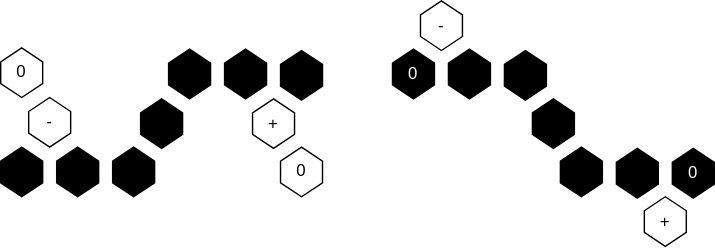
The draw.io diagram images/slashes.svg in carlhenrikrolf/microtonOS, before a commit. Source tidied: cells renumbered, new cells last; positions are measured from the earlier drawing's top-left corner, leaving out a move shared by most shapes. Source of this version:
```xml
<mxGraphModel>
  <root>
    <mxCell id="0" />
    <mxCell id="1" parent="0" />
    <mxCell id="2" style="shape=hexagon;perimeter=hexagonPerimeter2;whiteSpace=wrap;html=1;fixedSize=1;direction=south;size=10;fillColor=#000000;" parent="1" vertex="1">
      <mxGeometry x="40" y="104.5" width="30" height="35.5" as="geometry" />
    </mxCell>
    <mxCell id="3" style="shape=hexagon;perimeter=hexagonPerimeter2;whiteSpace=wrap;html=1;fixedSize=1;direction=south;size=10;fillColor=#000000;" parent="1" vertex="1">
      <mxGeometry x="80" y="104.5" width="30" height="35.5" as="geometry" />
    </mxCell>
    <mxCell id="4" style="shape=hexagon;perimeter=hexagonPerimeter2;whiteSpace=wrap;html=1;fixedSize=1;direction=south;size=10;fillColor=#000000;" parent="1" vertex="1">
      <mxGeometry x="100" y="70" width="30" height="35.5" as="geometry" />
    </mxCell>
    <mxCell id="5" style="shape=hexagon;perimeter=hexagonPerimeter2;whiteSpace=wrap;html=1;fixedSize=1;direction=south;size=10;fillColor=#000000;" parent="1" vertex="1">
      <mxGeometry x="120" y="34.5" width="30" height="35.5" as="geometry" />
    </mxCell>
    <mxCell id="6" style="shape=hexagon;perimeter=hexagonPerimeter2;whiteSpace=wrap;html=1;fixedSize=1;direction=south;size=10;fillColor=#000000;" parent="1" vertex="1">
      <mxGeometry x="160" y="34.5" width="30" height="35.5" as="geometry" />
    </mxCell>
    <mxCell id="7" value="&lt;font color=&quot;#ffffff&quot;&gt;0&lt;/font&gt;" style="shape=hexagon;perimeter=hexagonPerimeter2;whiteSpace=wrap;html=1;fixedSize=1;direction=south;size=10;fillColor=#000000;" parent="1" vertex="1">
      <mxGeometry x="280" y="34.5" width="30" height="35.5" as="geometry" />
    </mxCell>
    <mxCell id="8" style="shape=hexagon;perimeter=hexagonPerimeter2;whiteSpace=wrap;html=1;fixedSize=1;direction=south;size=10;fillColor=#000000;" parent="1" vertex="1">
      <mxGeometry x="360" y="35.5" width="30" height="35.5" as="geometry" />
    </mxCell>
    <mxCell id="9" style="shape=hexagon;perimeter=hexagonPerimeter2;whiteSpace=wrap;html=1;fixedSize=1;direction=south;size=10;fillColor=#000000;" parent="1" vertex="1">
      <mxGeometry x="380" y="70" width="30" height="35.5" as="geometry" />
    </mxCell>
    <mxCell id="10" style="shape=hexagon;perimeter=hexagonPerimeter2;whiteSpace=wrap;html=1;fixedSize=1;direction=south;size=10;fillColor=#000000;" parent="1" vertex="1">
      <mxGeometry x="400" y="104.5" width="30" height="35.5" as="geometry" />
    </mxCell>
    <mxCell id="11" value="&lt;font color=&quot;#ffffff&quot;&gt;0&lt;/font&gt;" style="shape=hexagon;perimeter=hexagonPerimeter2;whiteSpace=wrap;html=1;fixedSize=1;direction=south;size=10;fillColor=#000000;" parent="1" vertex="1">
      <mxGeometry x="480" y="105.5" width="30" height="35.5" as="geometry" />
    </mxCell>
    <mxCell id="12" value="-" style="shape=hexagon;perimeter=hexagonPerimeter2;whiteSpace=wrap;html=1;fixedSize=1;direction=south;size=10;fillColor=#FFFFFF;" parent="1" vertex="1">
      <mxGeometry x="20" y="69.1" width="30" height="35.5" as="geometry" />
    </mxCell>
    <mxCell id="13" value="0" style="shape=hexagon;perimeter=hexagonPerimeter2;whiteSpace=wrap;html=1;fixedSize=1;direction=south;size=10;fillColor=#FFFFFF;" parent="1" vertex="1">
      <mxGeometry x="200" y="104.5" width="30" height="35.5" as="geometry" />
    </mxCell>
    <mxCell id="14" value="+" style="shape=hexagon;perimeter=hexagonPerimeter2;whiteSpace=wrap;html=1;fixedSize=1;direction=south;size=10;fillColor=#FFFFFF;" parent="1" vertex="1">
      <mxGeometry x="180" y="70" width="30" height="35.5" as="geometry" />
    </mxCell>
    <mxCell id="15" value="0" style="shape=hexagon;perimeter=hexagonPerimeter2;whiteSpace=wrap;html=1;fixedSize=1;direction=south;size=10;fillColor=#FFFFFF;" parent="1" vertex="1">
      <mxGeometry y="33.6" width="30" height="35.5" as="geometry" />
    </mxCell>
    <mxCell id="16" value="+" style="shape=hexagon;perimeter=hexagonPerimeter2;whiteSpace=wrap;html=1;fixedSize=1;direction=south;size=10;fillColor=#FFFFFF;" parent="1" vertex="1">
      <mxGeometry x="460" y="140" width="30" height="35.5" as="geometry" />
    </mxCell>
    <mxCell id="17" value="-" style="shape=hexagon;perimeter=hexagonPerimeter2;whiteSpace=wrap;html=1;fixedSize=1;direction=south;size=10;fillColor=#FFFFFF;" parent="1" vertex="1">
      <mxGeometry x="300" width="30" height="35.5" as="geometry" />
    </mxCell>
    <mxCell id="18" style="shape=hexagon;perimeter=hexagonPerimeter2;whiteSpace=wrap;html=1;fixedSize=1;direction=south;size=10;fillColor=#000000;" parent="1" vertex="1">
      <mxGeometry x="200" y="35.5" width="30" height="35.5" as="geometry" />
    </mxCell>
    <mxCell id="19" style="shape=hexagon;perimeter=hexagonPerimeter2;whiteSpace=wrap;html=1;fixedSize=1;direction=south;size=10;fillColor=#000000;" parent="1" vertex="1">
      <mxGeometry y="104.5" width="30" height="35.5" as="geometry" />
    </mxCell>
    <mxCell id="20" style="shape=hexagon;perimeter=hexagonPerimeter2;whiteSpace=wrap;html=1;fixedSize=1;direction=south;size=10;fillColor=#000000;" parent="1" vertex="1">
      <mxGeometry x="440" y="105.5" width="30" height="35.5" as="geometry" />
    </mxCell>
    <mxCell id="21" style="shape=hexagon;perimeter=hexagonPerimeter2;whiteSpace=wrap;html=1;fixedSize=1;direction=south;size=10;fillColor=#000000;" parent="1" vertex="1">
      <mxGeometry x="320" y="34.5" width="30" height="35.5" as="geometry" />
    </mxCell>
  </root>
</mxGraphModel>
```
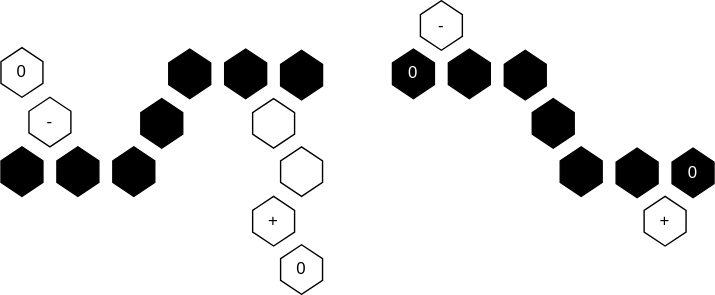
The same diagram one commit later.

What changed in the source:
```diff
@@ -35,10 +35,10 @@
     <mxCell id="12" value="-" style="shape=hexagon;perimeter=hexagonPerimeter2;whiteSpace=wrap;html=1;fixedSize=1;direction=south;size=10;fillColor=#FFFFFF;" parent="1" vertex="1">
       <mxGeometry x="20" y="69.1" width="30" height="35.5" as="geometry" />
     </mxCell>
-    <mxCell id="13" value="0" style="shape=hexagon;perimeter=hexagonPerimeter2;whiteSpace=wrap;html=1;fixedSize=1;direction=south;size=10;fillColor=#FFFFFF;" parent="1" vertex="1">
+    <mxCell id="13" style="shape=hexagon;perimeter=hexagonPerimeter2;whiteSpace=wrap;html=1;fixedSize=1;direction=south;size=10;fillColor=#FFFFFF;" parent="1" vertex="1">
       <mxGeometry x="200" y="104.5" width="30" height="35.5" as="geometry" />
     </mxCell>
-    <mxCell id="14" value="+" style="shape=hexagon;perimeter=hexagonPerimeter2;whiteSpace=wrap;html=1;fixedSize=1;direction=south;size=10;fillColor=#FFFFFF;" parent="1" vertex="1">
+    <mxCell id="14" style="shape=hexagon;perimeter=hexagonPerimeter2;whiteSpace=wrap;html=1;fixedSize=1;direction=south;size=10;fillColor=#FFFFFF;" parent="1" vertex="1">
       <mxGeometry x="180" y="70" width="30" height="35.5" as="geometry" />
     </mxCell>
     <mxCell id="15" value="0" style="shape=hexagon;perimeter=hexagonPerimeter2;whiteSpace=wrap;html=1;fixedSize=1;direction=south;size=10;fillColor=#FFFFFF;" parent="1" vertex="1">
@@ -62,5 +62,11 @@
     <mxCell id="21" style="shape=hexagon;perimeter=hexagonPerimeter2;whiteSpace=wrap;html=1;fixedSize=1;direction=south;size=10;fillColor=#000000;" parent="1" vertex="1">
       <mxGeometry x="320" y="34.5" width="30" height="35.5" as="geometry" />
     </mxCell>
+    <mxCell id="22" value="0" style="shape=hexagon;perimeter=hexagonPerimeter2;whiteSpace=wrap;html=1;fixedSize=1;direction=south;size=10;fillColor=#FFFFFF;" parent="1" vertex="1">
+      <mxGeometry x="200" y="174.5" width="30" height="35.5" as="geometry" />
+    </mxCell>
+    <mxCell id="23" value="+" style="shape=hexagon;perimeter=hexagonPerimeter2;whiteSpace=wrap;html=1;fixedSize=1;direction=south;size=10;fillColor=#FFFFFF;" parent="1" vertex="1">
+      <mxGeometry x="180" y="140" width="30" height="35.5" as="geometry" />
+    </mxCell>
   </root>
 </mxGraphModel>
```
